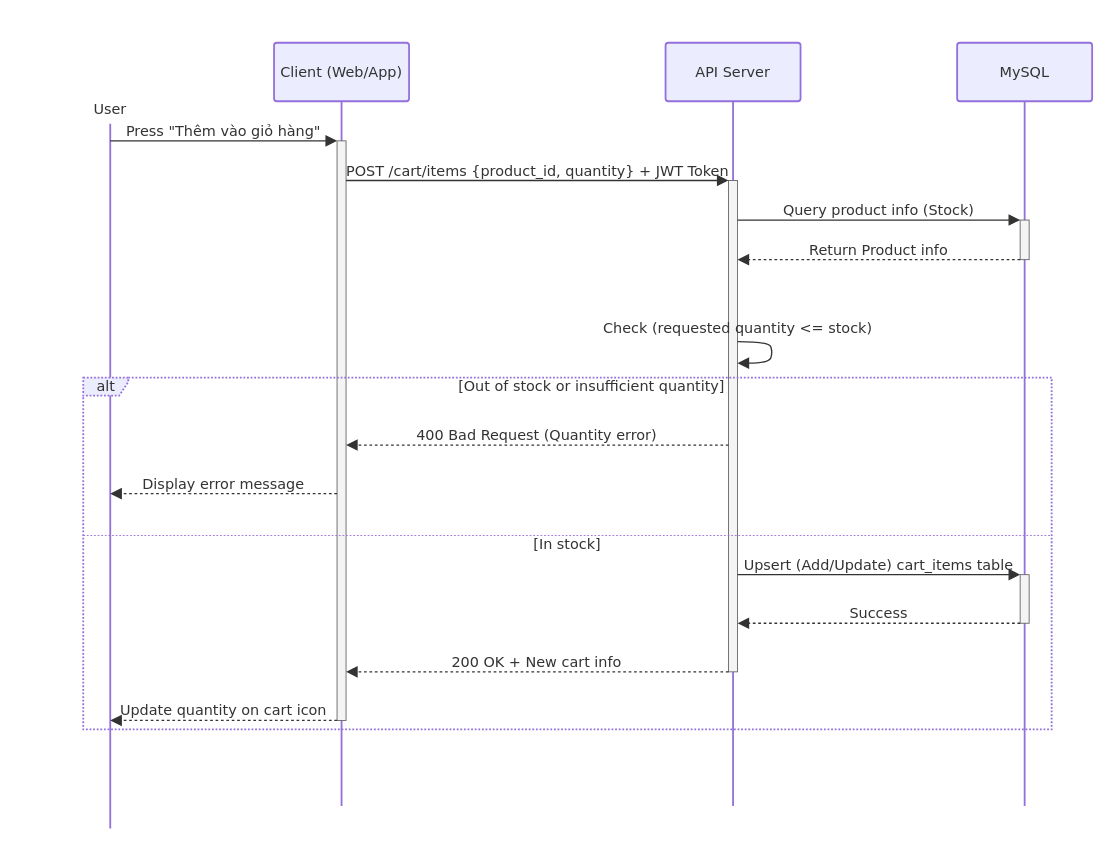
Before: page "Cart" (2 of 14) of docs/system-design/drawio/Sequence-Diagrams.drawio in tdat-dev/Zoldify_Backend, a draw.io diagram. Source tidied: cells renumbered, new cells numbered last; positions are measured from the earlier drawing's top-left corner, leaving out a move shared by most shapes. Both pictures are drawn from the tidied source at 90%, with x=0, y=0 at pixel (15, 15).
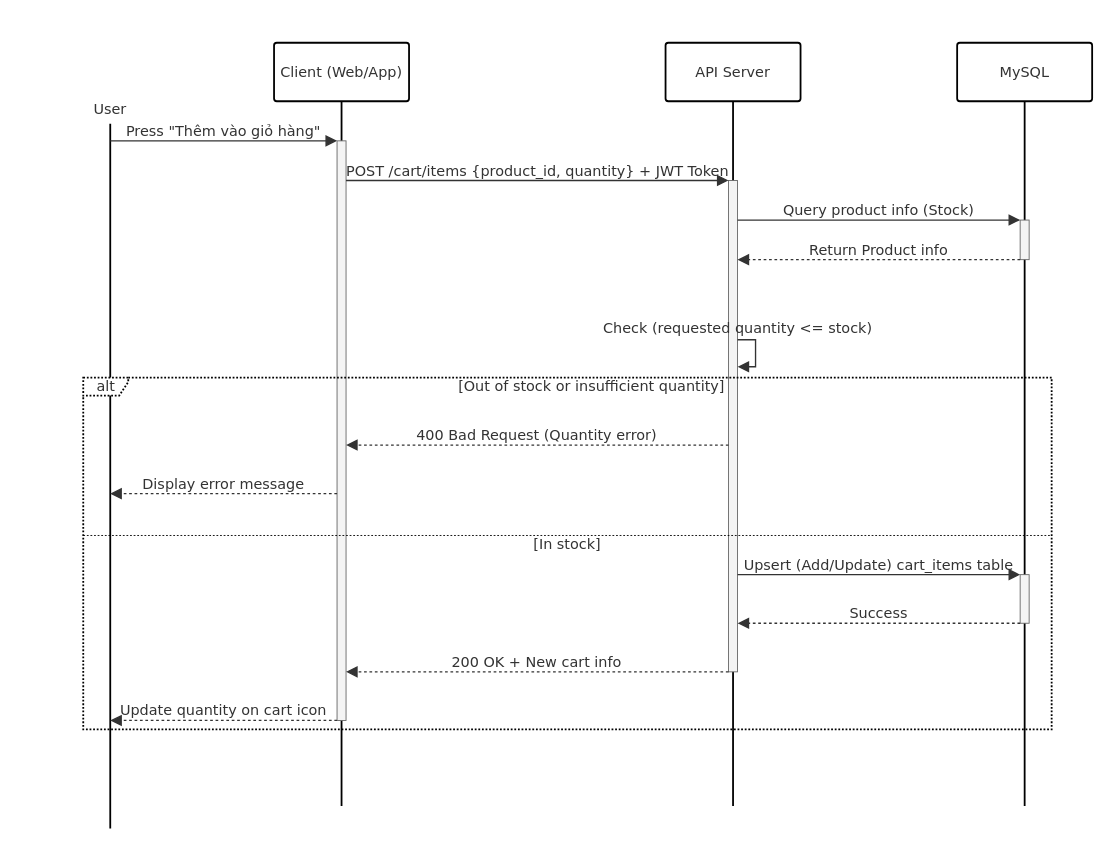
The same page after the edit.

The change refers to these unchanged cells:
```xml
<mxCell id="2" style="group;transparentBounds=1;editIcon=1;lockedGroup=0;groupPadding=10;" parent="1" vertex="1">
  <mxGeometry as="geometry" />
</mxCell>
<mxCell id="7" style="html=1;points=[];perimeter=orthogonalPerimeter;outlineConnect=0;targetShapes=umlLifeline;portConstraint=eastwest;newEdgeStyle={&quot;edgeStyle&quot;:&quot;elbowEdgeStyle&quot;,&quot;elbow&quot;:&quot;vertical&quot;,&quot;curved&quot;:0,&quot;rounded&quot;:0};fillColor=light-dark(#f4f4f4,#2a2a2a);strokeColor=light-dark(#666666,#cccccc);fontColor=light-dark(#333333,#cccccc);fontFamily=Trebuchet MS,Verdana,Arial,sans-serif;fontSize=16;" parent="6" vertex="1">
  <mxGeometry x="70" y="153" width="10" height="546" as="geometry" />
</mxCell>
```

Change to the diagram source:
```diff
@@
-    <mxCell id="3" value="User" style="html=1;shape=umlLifeline;perimeter=lifelinePerimeter;whiteSpace=wrap;outlineConnect=0;portConstraint=eastwest;newEdgeStyle={&quot;edgeStyle&quot;:&quot;elbowEdgeStyle&quot;,&quot;elbow&quot;:&quot;vertical&quot;,&quot;curved&quot;:0,&quot;rounded&quot;:0};lifelineDashed=0;strokeWidth=2;rounded=1;absoluteArcSize=1;arcSize=6;lifelineColor=light-dark(#9370DB,#cccccc);participant=seqActorStick;verticalAlign=bottom;align=center;spacingBottom=4;size=90;lifelineMirror=1;fillColor=light-dark(#ECECFF,#1f2020);strokeColor=light-dark(#9370DB,#cccccc);fontColor=light-dark(#333333,#cccccc);fontFamily=Trebuchet MS,Verdana,Arial,sans-serif;fontSize=16;" parent="2" vertex="1">
+    <mxCell id="3" value="User" style="html=1;shape=umlLifeline;perimeter=lifelinePerimeter;whiteSpace=wrap;outlineConnect=0;portConstraint=eastwest;newEdgeStyle={&quot;edgeStyle&quot;:&quot;elbowEdgeStyle&quot;,&quot;elbow&quot;:&quot;vertical&quot;,&quot;curved&quot;:0,&quot;rounded&quot;:0};lifelineDashed=0;strokeWidth=2;rounded=1;absoluteArcSize=1;arcSize=6;lifelineColor=#000000;participant=seqActorStick;verticalAlign=bottom;align=center;spacingBottom=4;size=90;lifelineMirror=1;fillColor=#FFFFFF;strokeColor=#000000;fontColor=light-dark(#333333,#cccccc);fontFamily=Trebuchet MS,Verdana,Arial,sans-serif;fontSize=16;" parent="2" vertex="1">
       <mxGeometry x="30" y="30" width="150" height="873" as="geometry" />
     </mxCell>
-    <mxCell id="4" value="Client (Web/App)" style="html=1;shape=umlLifeline;perimeter=lifelinePerimeter;whiteSpace=wrap;newEdgeStyle={&quot;edgeStyle&quot;:&quot;elbowEdgeStyle&quot;,&quot;elbow&quot;:&quot;vertical&quot;,&quot;curved&quot;:0,&quot;rounded&quot;:0};lifelineDashed=0;strokeWidth=2;rounded=1;absoluteArcSize=1;arcSize=6;lifelineColor=light-dark(#9370DB,#cccccc);size=65;lifelineMirror=1;fillColor=light-dark(#ECECFF,#1f2020);strokeColor=light-dark(#9370DB,#cccccc);fontColor=light-dark(#333333,#cccccc);fontFamily=Trebuchet MS,Verdana,Arial,sans-serif;fontSize=16;" parent="2" vertex="1">
+    <mxCell id="4" value="Client (Web/App)" style="html=1;shape=umlLifeline;perimeter=lifelinePerimeter;whiteSpace=wrap;newEdgeStyle={&quot;edgeStyle&quot;:&quot;elbowEdgeStyle&quot;,&quot;elbow&quot;:&quot;vertical&quot;,&quot;curved&quot;:0,&quot;rounded&quot;:0};lifelineDashed=0;strokeWidth=2;rounded=1;absoluteArcSize=1;arcSize=6;lifelineColor=#000000;size=65;lifelineMirror=1;fillColor=#FFFFFF;strokeColor=#000000;fontColor=light-dark(#333333,#cccccc);fontFamily=Trebuchet MS,Verdana,Arial,sans-serif;fontSize=16;" parent="2" vertex="1">
       <mxGeometry x="287" y="30" width="150" height="848" as="geometry" />
     </mxCell>
@@
-    <mxCell id="6" value="API Server" style="html=1;shape=umlLifeline;perimeter=lifelinePerimeter;whiteSpace=wrap;newEdgeStyle={&quot;edgeStyle&quot;:&quot;elbowEdgeStyle&quot;,&quot;elbow&quot;:&quot;vertical&quot;,&quot;curved&quot;:0,&quot;rounded&quot;:0};lifelineDashed=0;strokeWidth=2;rounded=1;absoluteArcSize=1;arcSize=6;lifelineColor=light-dark(#9370DB,#cccccc);size=65;lifelineMirror=1;fillColor=light-dark(#ECECFF,#1f2020);strokeColor=light-dark(#9370DB,#cccccc);fontColor=light-dark(#333333,#cccccc);fontFamily=Trebuchet MS,Verdana,Arial,sans-serif;fontSize=16;" parent="2" vertex="1">
+    <mxCell id="6" value="API Server" style="html=1;shape=umlLifeline;perimeter=lifelinePerimeter;whiteSpace=wrap;newEdgeStyle={&quot;edgeStyle&quot;:&quot;elbowEdgeStyle&quot;,&quot;elbow&quot;:&quot;vertical&quot;,&quot;curved&quot;:0,&quot;rounded&quot;:0};lifelineDashed=0;strokeWidth=2;rounded=1;absoluteArcSize=1;arcSize=6;lifelineColor=#000000;size=65;lifelineMirror=1;fillColor=#FFFFFF;strokeColor=#000000;fontColor=light-dark(#333333,#cccccc);fontFamily=Trebuchet MS,Verdana,Arial,sans-serif;fontSize=16;" parent="2" vertex="1">
       <mxGeometry x="722" y="30" width="150" height="848" as="geometry" />
     </mxCell>
@@
-    <mxCell id="8" style="edgeStyle=none;curved=1;endArrow=block;endSize=9;verticalAlign=bottom;align=center;fontSize=16;labelBackgroundColor=none;strokeWidth=1.5;strokeColor=light-dark(#333333,#cccccc);fontColor=light-dark(#333333,#cccccc);fontFamily=Trebuchet MS,Verdana,Arial,sans-serif;rounded=0;" parent="6" edge="1" source="7" target="7">
+    <mxCell id="8" style="edgeStyle=orthogonalEdgeStyle;endArrow=block;endSize=9;verticalAlign=bottom;align=center;fontSize=16;labelBackgroundColor=none;strokeWidth=1.5;strokeColor=light-dark(#333333,#cccccc);fontColor=light-dark(#333333,#cccccc);fontFamily=Trebuchet MS,Verdana,Arial,sans-serif;rounded=0;innerLoopWaypoints=1;" parent="6" edge="1" source="7" target="7">
       <mxGeometry relative="1" as="geometry">
         <Array as="points">
-          <mxPoint x="115" y="332" />
-          <mxPoint x="119" y="344" />
-          <mxPoint x="115" y="356" />
+          <mxPoint x="100" y="330" />
+          <mxPoint x="100" y="360" />
         </Array>
       </mxGeometry>
     </mxCell>
-    <mxCell id="9" value="MySQL" style="html=1;shape=umlLifeline;perimeter=lifelinePerimeter;whiteSpace=wrap;newEdgeStyle={&quot;edgeStyle&quot;:&quot;elbowEdgeStyle&quot;,&quot;elbow&quot;:&quot;vertical&quot;,&quot;curved&quot;:0,&quot;rounded&quot;:0};lifelineDashed=0;strokeWidth=2;rounded=1;absoluteArcSize=1;arcSize=6;lifelineColor=light-dark(#9370DB,#cccccc);size=65;lifelineMirror=1;fillColor=light-dark(#ECECFF,#1f2020);strokeColor=light-dark(#9370DB,#cccccc);fontColor=light-dark(#333333,#cccccc);fontFamily=Trebuchet MS,Verdana,Arial,sans-serif;fontSize=16;" parent="2" vertex="1">
+    <mxCell id="9" value="MySQL" style="html=1;shape=umlLifeline;perimeter=lifelinePerimeter;whiteSpace=wrap;newEdgeStyle={&quot;edgeStyle&quot;:&quot;elbowEdgeStyle&quot;,&quot;elbow&quot;:&quot;vertical&quot;,&quot;curved&quot;:0,&quot;rounded&quot;:0};lifelineDashed=0;strokeWidth=2;rounded=1;absoluteArcSize=1;arcSize=6;lifelineColor=#000000;size=65;lifelineMirror=1;fillColor=#FFFFFF;strokeColor=#000000;fontColor=light-dark(#333333,#cccccc);fontFamily=Trebuchet MS,Verdana,Arial,sans-serif;fontSize=16;" parent="2" vertex="1">
       <mxGeometry x="1046" y="30" width="150" height="848" as="geometry" />
     </mxCell>
@@
-    <mxCell id="12" value="alt" style="html=1;shape=umlFrame;dashed=1;fixDash=1;dashPattern=2 2;strokeWidth=2;fillColor=light-dark(#ECECFF,#1f2020);strokeColor=light-dark(#9370DB,#cccccc);fontSize=16;align=center;verticalAlign=middle;fontFamily=Trebuchet MS,Verdana,Arial,sans-serif;fontColor=light-dark(#333333,#cccccc);height=20;width=50;" parent="2" vertex="1">
+    <mxCell id="12" value="alt" style="html=1;shape=umlFrame;dashed=1;fixDash=1;dashPattern=2 2;strokeWidth=2;fillColor=#FFFFFF;strokeColor=#000000;fontSize=16;align=center;verticalAlign=middle;fontFamily=Trebuchet MS,Verdana,Arial,sans-serif;fontColor=light-dark(#333333,#cccccc);height=20;width=50;" parent="2" vertex="1">
       <mxGeometry x="75" y="402" width="1076" height="391" as="geometry" />
     </mxCell>
@@
-    <mxCell id="14" style="shape=line;dashed=1;fixDash=1;dashPattern=2 2;strokeColor=light-dark(#9370DB,#cccccc);" parent="12" vertex="1">
+    <mxCell id="14" style="shape=line;dashed=1;fixDash=1;dashPattern=2 2;strokeColor=#000000;" parent="12" vertex="1">
       <mxGeometry y="175" width="1076" height="1" as="geometry" />
     </mxCell>
```
